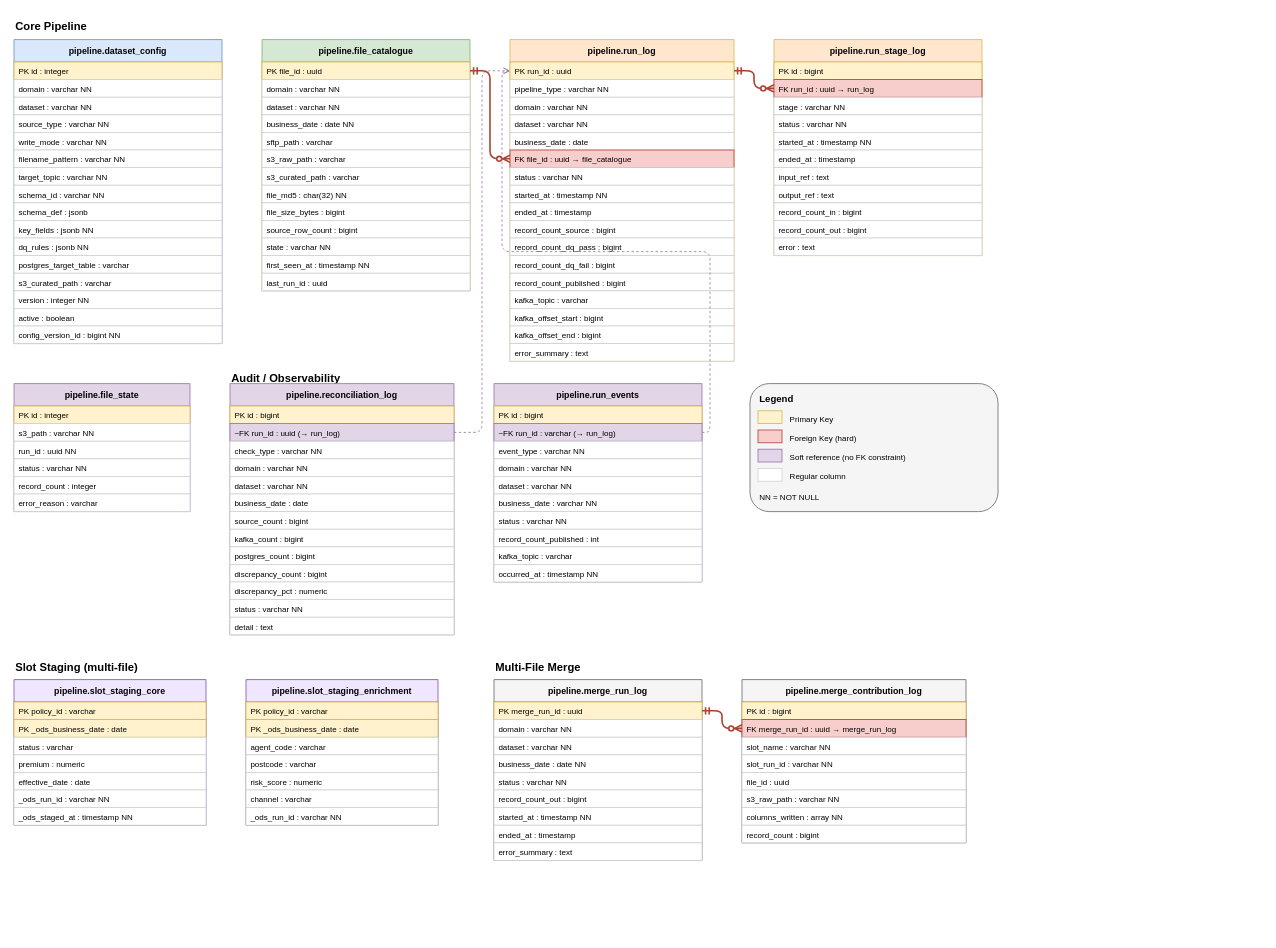
This is ods-pipeline-data-model.drawio from holdersav20001/ods, a draw.io file, before an edit. Source tidied: cells renumbered, new cells numbered last; positions are measured from the earlier drawing's top-left corner, leaving out a move shared by most shapes. Both pictures are drawn from the tidied source at 80%, with x=0, y=0 at pixel (14, 14).
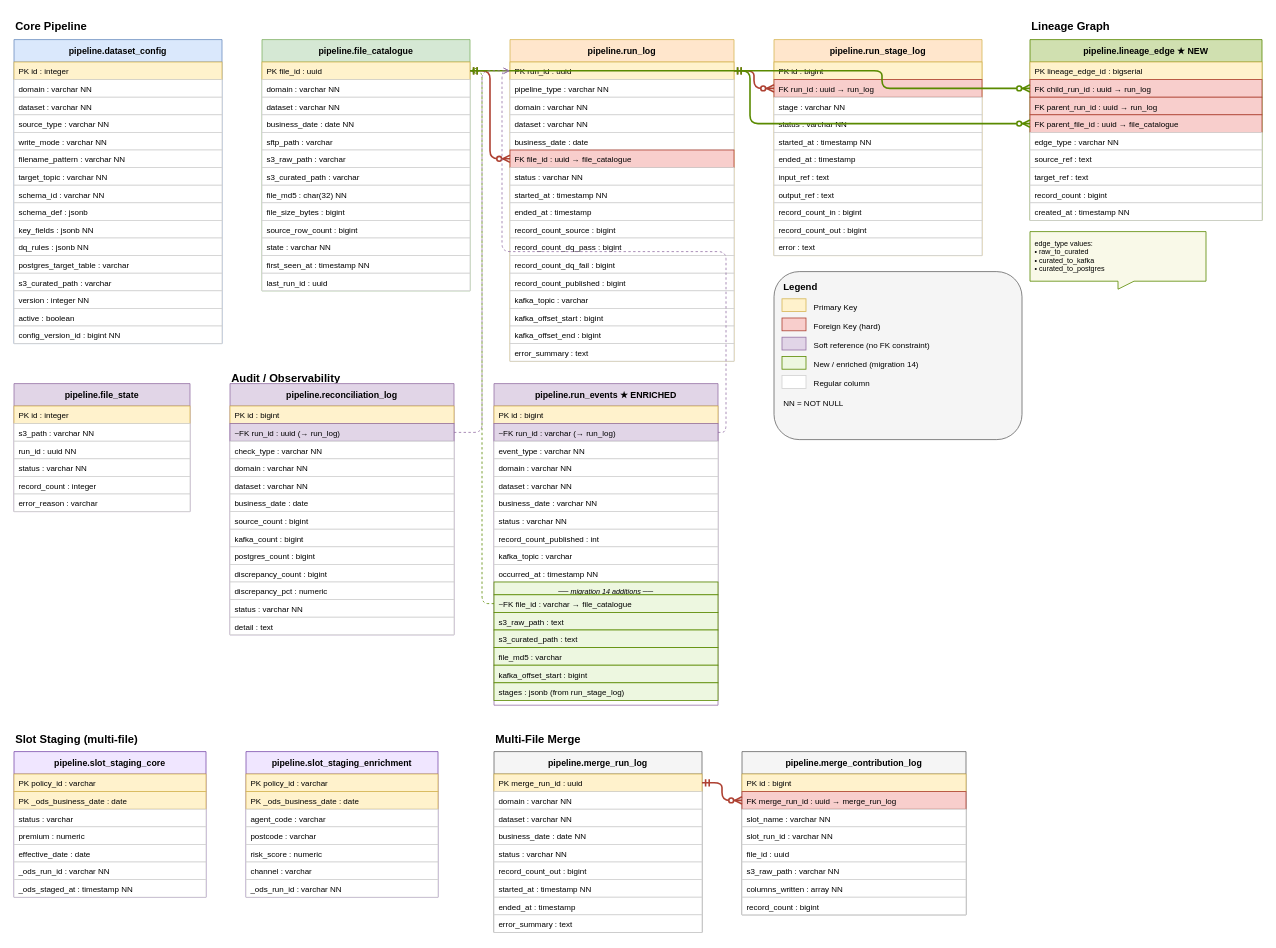
After the change.

Commit message:
docs(diagrams): update pipeline data model with lineage_edge and run_stage_log fields

Unchanged cells that the change refers to:
```xml
<mxCell id="24" value="PK  file_id : uuid" style="text;strokeColor=#d6b656;fillColor=#fff2cc;align=left;spacingLeft=4;overflow=hidden;points=[[0,0.5],[1,0.5]];portConstraint=eastwest;fontSize=10;" parent="23" vertex="1">
  <mxGeometry y="28" width="260" height="22" as="geometry" />
</mxCell>
<mxCell id="38" value="PK  run_id : uuid" style="text;strokeColor=#d6b656;fillColor=#fff2cc;align=left;spacingLeft=4;overflow=hidden;points=[[0,0.5],[1,0.5]];portConstraint=eastwest;fontSize=10;" parent="37" vertex="1">
  <mxGeometry y="28" width="280" height="22" as="geometry" />
</mxCell>
```

Change to the diagram source:
```diff
@@
     <mxCell id="4" value="Slot Staging (multi-file)" style="text;fontStyle=1;fontSize=14;fillColor=none;strokeColor=none;" parent="1" vertex="1">
-      <mxGeometry y="802" width="240" height="26" as="geometry" />
+      <mxGeometry y="892" width="240" height="26" as="geometry" />
     </mxCell>
     <mxCell id="5" value="Multi-File Merge" style="text;fontStyle=1;fontSize=14;fillColor=none;strokeColor=none;" parent="1" vertex="1">
-      <mxGeometry x="600" y="802" width="200" height="26" as="geometry" />
+      <mxGeometry x="600" y="892" width="200" height="26" as="geometry" />
     </mxCell>
+    <mxCell id="150" value="Lineage Graph" style="text;fontStyle=1;fontSize=14;fillColor=none;strokeColor=none;" parent="1" vertex="1">
+      <mxGeometry x="1270" width="180" height="26" as="geometry" />
+    </mxCell>
@@
+    <mxCell id="151" value="pipeline.lineage_edge  ★ NEW" style="swimlane;fontStyle=1;align=center;startSize=28;fillColor=#d0e0b0;strokeColor=#5a8a00;fontSize=11;" parent="1" vertex="1">
+      <mxGeometry x="1270" y="32" width="290" height="226" as="geometry" />
+    </mxCell>
+    <mxCell id="152" value="PK  lineage_edge_id : bigserial" style="text;strokeColor=#d6b656;fillColor=#fff2cc;align=left;spacingLeft=4;overflow=hidden;fontSize=10;" parent="151" vertex="1">
+      <mxGeometry y="28" width="290" height="22" as="geometry" />
+    </mxCell>
+    <mxCell id="153" value="FK  child_run_id : uuid → run_log" style="text;strokeColor=#ae4132;fillColor=#f8cecc;align=left;spacingLeft=4;overflow=hidden;points=[[0,0.5],[1,0.5]];portConstraint=eastwest;fontSize=10;" parent="151" vertex="1">
+      <mxGeometry y="50" width="290" height="22" as="geometry" />
+    </mxCell>
+    <mxCell id="154" value="FK  parent_run_id : uuid → run_log" style="text;strokeColor=#ae4132;fillColor=#f8cecc;align=left;spacingLeft=4;overflow=hidden;fontSize=10;" parent="151" vertex="1">
+      <mxGeometry y="72" width="290" height="22" as="geometry" />
+    </mxCell>
+    <mxCell id="155" value="FK  parent_file_id : uuid → file_catalogue" style="text;strokeColor=#ae4132;fillColor=#f8cecc;align=left;spacingLeft=4;overflow=hidden;points=[[0,0.5],[1,0.5]];portConstraint=eastwest;fontSize=10;" parent="151" vertex="1">
+      <mxGeometry y="94" width="290" height="22" as="geometry" />
+    </mxCell>
+    <mxCell id="156" value="    edge_type : varchar NN" style="text;strokeColor=#d1d1d1;fillColor=#ffffff;align=left;spacingLeft=4;overflow=hidden;fontSize=10;" parent="151" vertex="1">
+      <mxGeometry y="116" width="290" height="22" as="geometry" />
+    </mxCell>
+    <mxCell id="157" value="    source_ref : text" style="text;strokeColor=#d1d1d1;fillColor=#ffffff;align=left;spacingLeft=4;overflow=hidden;fontSize=10;" parent="151" vertex="1">
+      <mxGeometry y="138" width="290" height="22" as="geometry" />
+    </mxCell>
+    <mxCell id="158" value="    target_ref : text" style="text;strokeColor=#d1d1d1;fillColor=#ffffff;align=left;spacingLeft=4;overflow=hidden;fontSize=10;" parent="151" vertex="1">
+      <mxGeometry y="160" width="290" height="22" as="geometry" />
+    </mxCell>
+    <mxCell id="159" value="    record_count : bigint" style="text;strokeColor=#d1d1d1;fillColor=#ffffff;align=left;spacingLeft=4;overflow=hidden;fontSize=10;" parent="151" vertex="1">
+      <mxGeometry y="182" width="290" height="22" as="geometry" />
+    </mxCell>
+    <mxCell id="160" value="    created_at : timestamp NN" style="text;strokeColor=#d1d1d1;fillColor=#ffffff;align=left;spacingLeft=4;overflow=hidden;fontSize=10;" parent="151" vertex="1">
+      <mxGeometry y="204" width="290" height="22" as="geometry" />
+    </mxCell>
+    <mxCell id="161" value="edge_type values:&#10;• raw_to_curated&#10;• curated_to_kafka&#10;• curated_to_postgres" style="shape=callout;whiteSpace=wrap;fillColor=#f9f9e8;strokeColor=#5a8a00;fontSize=9;align=left;spacingLeft=4;calloutPosition=0.2;size=10;" parent="1" vertex="1">
+      <mxGeometry x="1270" y="272" width="220" height="72" as="geometry" />
+    </mxCell>
@@
-    <mxCell id="88" value="pipeline.run_events" style="swimlane;fontStyle=1;align=center;startSize=28;fillColor=#e1d5e7;strokeColor=#9673a6;fontSize=11;" parent="1" vertex="1">
-      <mxGeometry x="600" y="462" width="260" height="248" as="geometry" />
+    <mxCell id="88" value="pipeline.run_events  ★ ENRICHED" style="swimlane;fontStyle=1;align=center;startSize=28;fillColor=#e1d5e7;strokeColor=#9673a6;fontSize=11;" parent="1" vertex="1">
+      <mxGeometry x="600" y="462" width="280" height="402" as="geometry" />
     </mxCell>
     <mxCell id="89" value="PK  id : bigint" style="text;strokeColor=#d6b656;fillColor=#fff2cc;align=left;spacingLeft=4;overflow=hidden;fontSize=10;" parent="88" vertex="1">
-      <mxGeometry y="28" width="260" height="22" as="geometry" />
+      <mxGeometry y="28" width="280" height="22" as="geometry" />
     </mxCell>
     <mxCell id="90" value="~FK run_id : varchar (→ run_log)" style="text;strokeColor=#9673a6;fillColor=#e1d5e7;align=left;spacingLeft=4;overflow=hidden;points=[[0,0.5],[1,0.5]];portConstraint=eastwest;fontSize=10;" parent="88" vertex="1">
-      <mxGeometry y="50" width="260" height="22" as="geometry" />
+      <mxGeometry y="50" width="280" height="22" as="geometry" />
     </mxCell>
     <mxCell id="91" value="    event_type : varchar NN" style="text;strokeColor=#d1d1d1;fillColor=#ffffff;align=left;spacingLeft=4;overflow=hidden;fontSize=10;" parent="88" vertex="1">
-      <mxGeometry y="72" width="260" height="22" as="geometry" />
+      <mxGeometry y="72" width="280" height="22" as="geometry" />
     </mxCell>
     <mxCell id="92" value="    domain : varchar NN" style="text;strokeColor=#d1d1d1;fillColor=#ffffff;align=left;spacingLeft=4;overflow=hidden;fontSize=10;" parent="88" vertex="1">
-      <mxGeometry y="94" width="260" height="22" as="geometry" />
+      <mxGeometry y="94" width="280" height="22" as="geometry" />
     </mxCell>
     <mxCell id="93" value="    dataset : varchar NN" style="text;strokeColor=#d1d1d1;fillColor=#ffffff;align=left;spacingLeft=4;overflow=hidden;fontSize=10;" parent="88" vertex="1">
-      <mxGeometry y="116" width="260" height="22" as="geometry" />
+      <mxGeometry y="116" width="280" height="22" as="geometry" />
     </mxCell>
     <mxCell id="94" value="    business_date : varchar NN" style="text;strokeColor=#d1d1d1;fillColor=#ffffff;align=left;spacingLeft=4;overflow=hidden;fontSize=10;" parent="88" vertex="1">
-      <mxGeometry y="138" width="260" height="22" as="geometry" />
+      <mxGeometry y="138" width="280" height="22" as="geometry" />
     </mxCell>
     <mxCell id="95" value="    status : varchar NN" style="text;strokeColor=#d1d1d1;fillColor=#ffffff;align=left;spacingLeft=4;overflow=hidden;fontSize=10;" parent="88" vertex="1">
-      <mxGeometry y="160" width="260" height="22" as="geometry" />
+      <mxGeometry y="160" width="280" height="22" as="geometry" />
     </mxCell>
     <mxCell id="96" value="    record_count_published : int" style="text;strokeColor=#d1d1d1;fillColor=#ffffff;align=left;spacingLeft=4;overflow=hidden;fontSize=10;" parent="88" vertex="1">
-      <mxGeometry y="182" width="260" height="22" as="geometry" />
+      <mxGeometry y="182" width="280" height="22" as="geometry" />
     </mxCell>
     <mxCell id="97" value="    kafka_topic : varchar" style="text;strokeColor=#d1d1d1;fillColor=#ffffff;align=left;spacingLeft=4;overflow=hidden;fontSize=10;" parent="88" vertex="1">
-      <mxGeometry y="204" width="260" height="22" as="geometry" />
+      <mxGeometry y="204" width="280" height="22" as="geometry" />
     </mxCell>
     <mxCell id="98" value="    occurred_at : timestamp NN" style="text;strokeColor=#d1d1d1;fillColor=#ffffff;align=left;spacingLeft=4;overflow=hidden;fontSize=10;" parent="88" vertex="1">
-      <mxGeometry y="226" width="260" height="22" as="geometry" />
+      <mxGeometry y="226" width="280" height="22" as="geometry" />
     </mxCell>
+    <mxCell id="162" value="── migration 14 additions ──" style="text;strokeColor=#5a8a00;fillColor=#edf7e0;align=center;overflow=hidden;fontSize=9;fontStyle=2;" parent="88" vertex="1">
+      <mxGeometry y="248" width="280" height="16" as="geometry" />
+    </mxCell>
+    <mxCell id="163" value="~FK file_id : varchar → file_catalogue" style="text;strokeColor=#5a8a00;fillColor=#edf7e0;align=left;spacingLeft=4;overflow=hidden;points=[[0,0.5],[1,0.5]];portConstraint=eastwest;fontSize=10;" parent="88" vertex="1">
+      <mxGeometry y="264" width="280" height="22" as="geometry" />
+    </mxCell>
+    <mxCell id="164" value="    s3_raw_path : text" style="text;strokeColor=#5a8a00;fillColor=#edf7e0;align=left;spacingLeft=4;overflow=hidden;fontSize=10;" parent="88" vertex="1">
+      <mxGeometry y="286" width="280" height="22" as="geometry" />
+    </mxCell>
+    <mxCell id="165" value="    s3_curated_path : text" style="text;strokeColor=#5a8a00;fillColor=#edf7e0;align=left;spacingLeft=4;overflow=hidden;fontSize=10;" parent="88" vertex="1">
+      <mxGeometry y="308" width="280" height="22" as="geometry" />
+    </mxCell>
+    <mxCell id="166" value="    file_md5 : varchar" style="text;strokeColor=#5a8a00;fillColor=#edf7e0;align=left;spacingLeft=4;overflow=hidden;fontSize=10;" parent="88" vertex="1">
+      <mxGeometry y="330" width="280" height="22" as="geometry" />
+    </mxCell>
+    <mxCell id="167" value="    kafka_offset_start : bigint" style="text;strokeColor=#5a8a00;fillColor=#edf7e0;align=left;spacingLeft=4;overflow=hidden;fontSize=10;" parent="88" vertex="1">
+      <mxGeometry y="352" width="280" height="22" as="geometry" />
+    </mxCell>
+    <mxCell id="168" value="    stages : jsonb  (from run_stage_log)" style="text;strokeColor=#5a8a00;fillColor=#edf7e0;align=left;spacingLeft=4;overflow=hidden;fontSize=10;" parent="88" vertex="1">
+      <mxGeometry y="374" width="280" height="22" as="geometry" />
+    </mxCell>
     <mxCell id="99" value="pipeline.slot_staging_core" style="swimlane;fontStyle=1;align=center;startSize=28;fillColor=#f0e6ff;strokeColor=#7d4eab;fontSize=11;" parent="1" vertex="1">
-      <mxGeometry y="832" width="240" height="182" as="geometry" />
+      <mxGeometry y="922" width="240" height="182" as="geometry" />
     </mxCell>
@@
     <mxCell id="107" value="pipeline.slot_staging_enrichment" style="swimlane;fontStyle=1;align=center;startSize=28;fillColor=#f0e6ff;strokeColor=#7d4eab;fontSize=11;" parent="1" vertex="1">
-      <mxGeometry x="290" y="832" width="240" height="182" as="geometry" />
+      <mxGeometry x="290" y="922" width="240" height="182" as="geometry" />
     </mxCell>
@@
     <mxCell id="115" value="pipeline.merge_run_log" style="swimlane;fontStyle=1;align=center;startSize=28;fillColor=#f5f5f5;strokeColor=#666666;fontSize=11;" parent="1" vertex="1">
-      <mxGeometry x="600" y="832" width="260" height="226" as="geometry" />
+      <mxGeometry x="600" y="922" width="260" height="226" as="geometry" />
     </mxCell>
@@
     <mxCell id="125" value="pipeline.merge_contribution_log" style="swimlane;fontStyle=1;align=center;startSize=28;fillColor=#f5f5f5;strokeColor=#666666;fontSize=11;" parent="1" vertex="1">
-      <mxGeometry x="910" y="832" width="280" height="204" as="geometry" />
+      <mxGeometry x="910" y="922" width="280" height="204" as="geometry" />
     </mxCell>
@@
+    <mxCell id="169" style="edgeStyle=orthogonalEdgeStyle;endArrow=ERmandOne;startArrow=ERzeroToMany;exitX=0;exitY=0.5;exitDx=0;exitDy=0;entryX=1;entryY=0.5;entryDx=0;entryDy=0;strokeColor=#5a8a00;strokeWidth=2;" parent="1" edge="1" source="153" target="38">
+      <mxGeometry relative="1" as="geometry" />
+    </mxCell>
+    <mxCell id="170" style="edgeStyle=orthogonalEdgeStyle;endArrow=ERmandOne;startArrow=ERzeroToMany;exitX=0;exitY=0.5;exitDx=0;exitDy=0;entryX=1;entryY=0.5;entryDx=0;entryDy=0;strokeColor=#5a8a00;strokeWidth=2;" parent="1" edge="1" source="155" target="24">
+      <mxGeometry relative="1" as="geometry" />
+    </mxCell>
@@
+    <mxCell id="171" style="edgeStyle=orthogonalEdgeStyle;endArrow=open;startArrow=none;dashed=1;exitX=0;exitY=0.5;exitDx=0;exitDy=0;entryX=1;entryY=0.5;entryDx=0;entryDy=0;strokeColor=#5a8a00;strokeWidth=1;" parent="1" edge="1" source="163" target="24">
+      <mxGeometry relative="1" as="geometry" />
+    </mxCell>
     <mxCell id="139" style="rounded=1;whiteSpace=wrap;strokeColor=#666;fillColor=#f5f5f5;" parent="1" vertex="1">
-      <mxGeometry x="920" y="462" width="310" height="160" as="geometry" />
+      <mxGeometry x="950" y="322" width="310" height="210" as="geometry" />
     </mxCell>
     <mxCell id="140" value="Legend" style="text;fontStyle=1;fontSize=12;fillColor=none;strokeColor=none;" parent="1" vertex="1">
-      <mxGeometry x="930" y="468" width="80" height="22" as="geometry" />
+      <mxGeometry x="960" y="328" width="80" height="22" as="geometry" />
     </mxCell>
     <mxCell id="141" style="rounded=0;fillColor=#fff2cc;strokeColor=#d6b656;" parent="1" vertex="1">
-      <mxGeometry x="930" y="496" width="30" height="16" as="geometry" />
+      <mxGeometry x="960" y="356" width="30" height="16" as="geometry" />
     </mxCell>
     <mxCell id="142" value="Primary Key" style="text;fontSize=10;fillColor=none;strokeColor=none;align=left;" parent="1" vertex="1">
-      <mxGeometry x="968" y="494" width="100" height="20" as="geometry" />
+      <mxGeometry x="998" y="354" width="100" height="20" as="geometry" />
     </mxCell>
     <mxCell id="143" style="rounded=0;fillColor=#f8cecc;strokeColor=#ae4132;" parent="1" vertex="1">
-      <mxGeometry x="930" y="520" width="30" height="16" as="geometry" />
+      <mxGeometry x="960" y="380" width="30" height="16" as="geometry" />
     </mxCell>
     <mxCell id="144" value="Foreign Key (hard)" style="text;fontSize=10;fillColor=none;strokeColor=none;align=left;" parent="1" vertex="1">
-      <mxGeometry x="968" y="518" width="140" height="20" as="geometry" />
+      <mxGeometry x="998" y="378" width="140" height="20" as="geometry" />
     </mxCell>
     <mxCell id="145" style="rounded=0;fillColor=#e1d5e7;strokeColor=#9673a6;" parent="1" vertex="1">
-      <mxGeometry x="930" y="544" width="30" height="16" as="geometry" />
+      <mxGeometry x="960" y="404" width="30" height="16" as="geometry" />
     </mxCell>
     <mxCell id="146" value="Soft reference (no FK constraint)" style="text;fontSize=10;fillColor=none;strokeColor=none;align=left;" parent="1" vertex="1">
-      <mxGeometry x="968" y="542" width="230" height="20" as="geometry" />
+      <mxGeometry x="998" y="402" width="230" height="20" as="geometry" />
     </mxCell>
+    <mxCell id="172" style="rounded=0;fillColor=#edf7e0;strokeColor=#5a8a00;" parent="1" vertex="1">
+      <mxGeometry x="960" y="428" width="30" height="16" as="geometry" />
+    </mxCell>
+    <mxCell id="173" value="New / enriched (migration 14)" style="text;fontSize=10;fillColor=none;strokeColor=none;align=left;" parent="1" vertex="1">
+      <mxGeometry x="998" y="426" width="220" height="20" as="geometry" />
+    </mxCell>
     <mxCell id="147" style="rounded=0;fillColor=#ffffff;strokeColor=#d1d1d1;" parent="1" vertex="1">
-      <mxGeometry x="930" y="568" width="30" height="16" as="geometry" />
+      <mxGeometry x="960" y="452" width="30" height="16" as="geometry" />
     </mxCell>
     <mxCell id="148" value="Regular column" style="text;fontSize=10;fillColor=none;strokeColor=none;align=left;" parent="1" vertex="1">
-      <mxGeometry x="968" y="566" width="140" height="20" as="geometry" />
+      <mxGeometry x="998" y="450" width="140" height="20" as="geometry" />
     </mxCell>
     <mxCell id="149" value="NN = NOT NULL" style="text;fontSize=10;fillColor=none;strokeColor=none;align=left;" parent="1" vertex="1">
-      <mxGeometry x="930" y="592" width="140" height="20" as="geometry" />
+      <mxGeometry x="960" y="474" width="140" height="20" as="geometry" />
     </mxCell>
```
